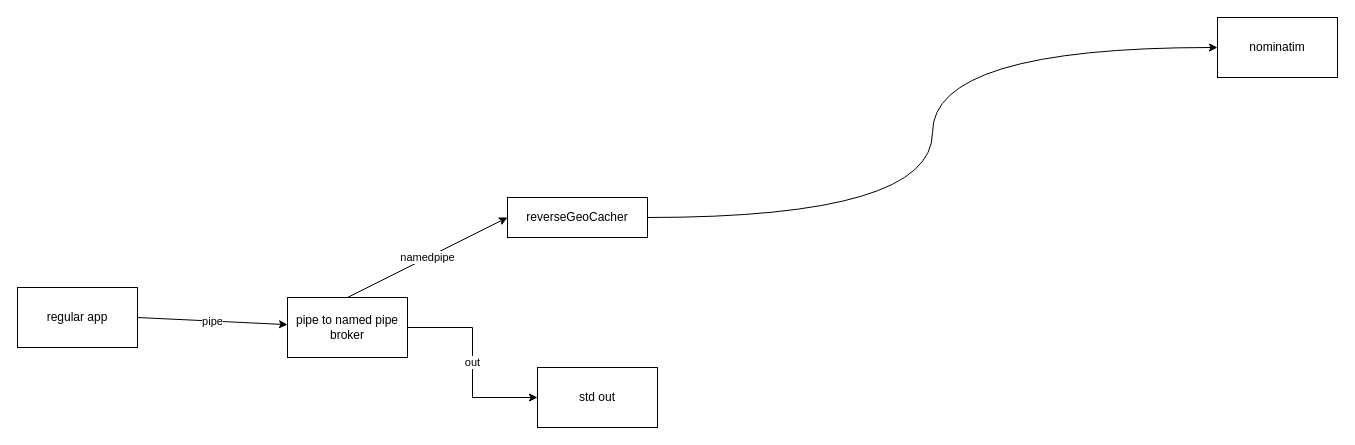
Earlier version of the draw.io diagram reverseGeoCacher.drawio (nongkoko/turbobasi_bin). Source tidied: cells renumbered, new cells numbered last; positions are measured from the earlier drawing's top-left corner, leaving out a move shared by most shapes. Both pictures are drawn from the tidied source at 100%, with x=0, y=0 at pixel (17, 17).
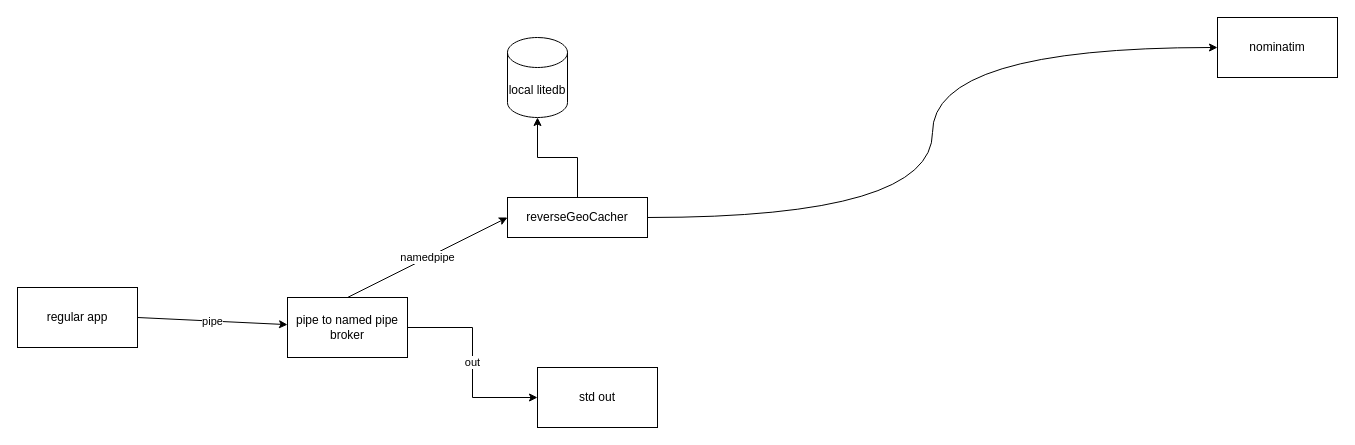
The same diagram, later.

Commit message:
add litedb local

Change to the diagram source:
```diff
@@
 <mxGraphModel>
   <root>
     <mxCell id="0" />
     <mxCell id="1" parent="0" />
     <mxCell id="2" style="edgeStyle=orthogonalEdgeStyle;rounded=0;jettySize=auto;html=1;exitX=1;exitY=0.5;exitDx=0;exitDy=0;entryX=0;entryY=0.5;entryDx=0;entryDy=0;elbow=vertical;curved=1;" parent="1" edge="1" source="3" target="4">
       <mxGeometry relative="1" as="geometry" />
     </mxCell>
     <mxCell id="3" value="reverseGeoCacher" style="rounded=0;whiteSpace=wrap;html=1;" parent="1" vertex="1">
       <mxGeometry x="490" y="180" width="140" height="40" as="geometry" />
     </mxCell>
     <mxCell id="4" value="nominatim" style="rounded=0;whiteSpace=wrap;html=1;" parent="1" vertex="1">
       <mxGeometry x="1200" width="120" height="60" as="geometry" />
     </mxCell>
     <mxCell id="5" value="pipe" style="rounded=0;jettySize=auto;html=1;exitX=1;exitY=0.5;exitDx=0;exitDy=0;" parent="1" edge="1" source="6" target="9">
       <mxGeometry relative="1" as="geometry" />
     </mxCell>
     <mxCell id="6" value="regular app" style="rounded=0;whiteSpace=wrap;html=1;" parent="1" vertex="1">
       <mxGeometry y="270" width="120" height="60" as="geometry" />
     </mxCell>
     <mxCell id="7" value="namedpipe" style="rounded=0;jettySize=auto;html=1;exitX=0.5;exitY=0;exitDx=0;exitDy=0;entryX=0;entryY=0.5;entryDx=0;entryDy=0;" parent="1" edge="1" source="9" target="3">
       <mxGeometry relative="1" as="geometry" />
     </mxCell>
     <mxCell id="8" value="out" style="edgeStyle=orthogonalEdgeStyle;rounded=0;jettySize=auto;html=1;exitX=1;exitY=0.5;exitDx=0;exitDy=0;entryX=0;entryY=0.5;entryDx=0;entryDy=0;" parent="1" edge="1" source="9" target="10">
       <mxGeometry relative="1" as="geometry" />
     </mxCell>
     <mxCell id="9" value="pipe to named pipe broker" style="rounded=0;whiteSpace=wrap;html=1;" parent="1" vertex="1">
       <mxGeometry x="270" y="280" width="120" height="60" as="geometry" />
     </mxCell>
     <mxCell id="10" value="std out" style="rounded=0;whiteSpace=wrap;html=1;" parent="1" vertex="1">
       <mxGeometry x="520" y="350" width="120" height="60" as="geometry" />
     </mxCell>
+    <mxCell id="11" value="local litedb" style="shape=cylinder3;whiteSpace=wrap;html=1;boundedLbl=1;backgroundOutline=1;size=15;" parent="1" vertex="1">
+      <mxGeometry x="490" y="20" width="60" height="80" as="geometry" />
+    </mxCell>
+    <mxCell id="12" style="edgeStyle=orthogonalEdgeStyle;shape=wire;rounded=0;jettySize=auto;html=1;exitX=0.5;exitY=0;exitDx=0;exitDy=0;entryX=0.5;entryY=1;entryDx=0;entryDy=0;entryPerimeter=0;dashed=1;" parent="1" edge="1" source="3" target="11">
+      <mxGeometry relative="1" as="geometry" />
+    </mxCell>
   </root>
 </mxGraphModel>
```
